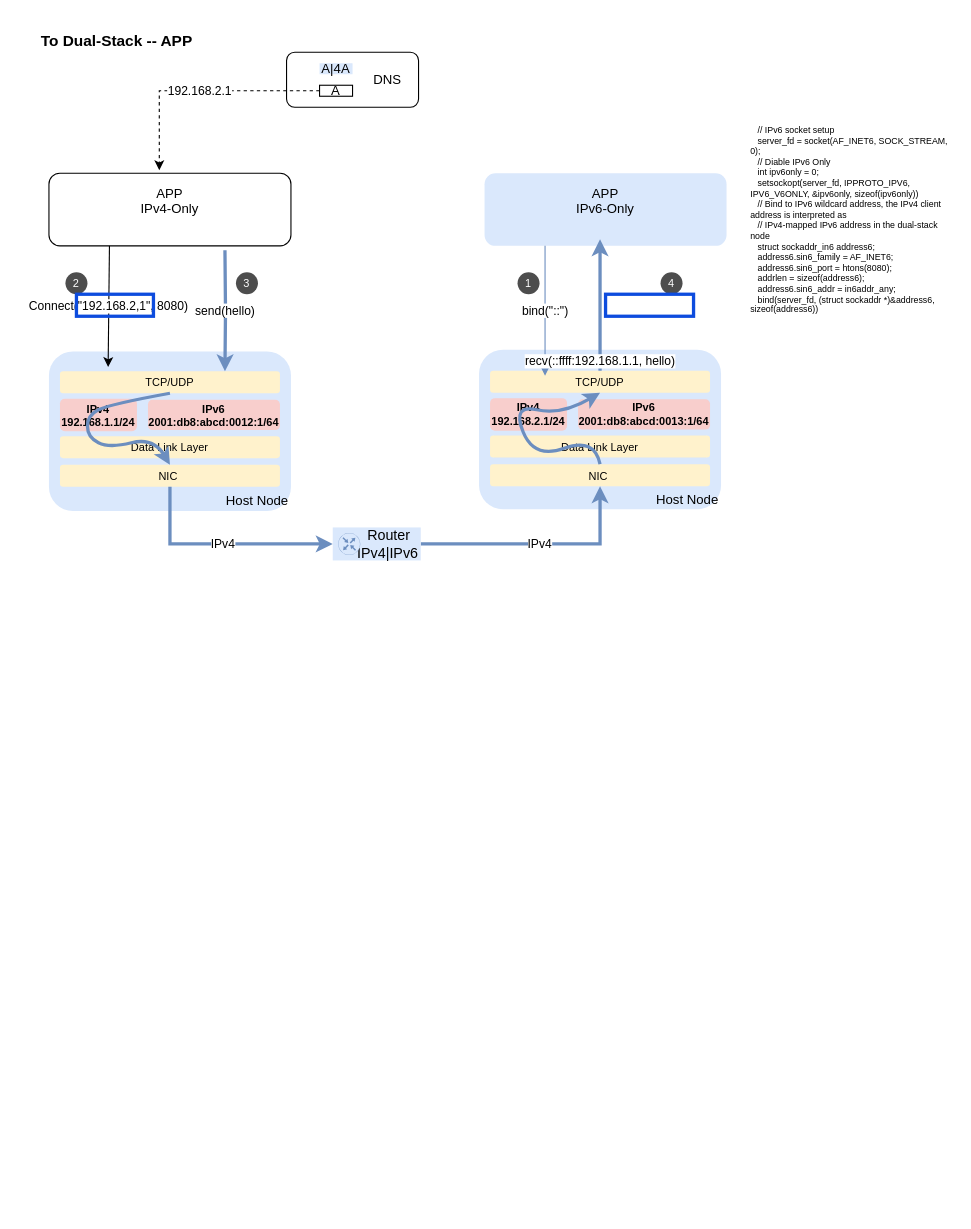
This is Dual-Stack.drawio from anorqiu9/drawio, a draw.io file, before an edit. Source tidied: cells renumbered, new cells numbered last; positions are measured from the earlier drawing's top-left corner, leaving out a move shared by most shapes. Both pictures are drawn from the tidied source at 110%, with x=0, y=0 at pixel (38, 19).
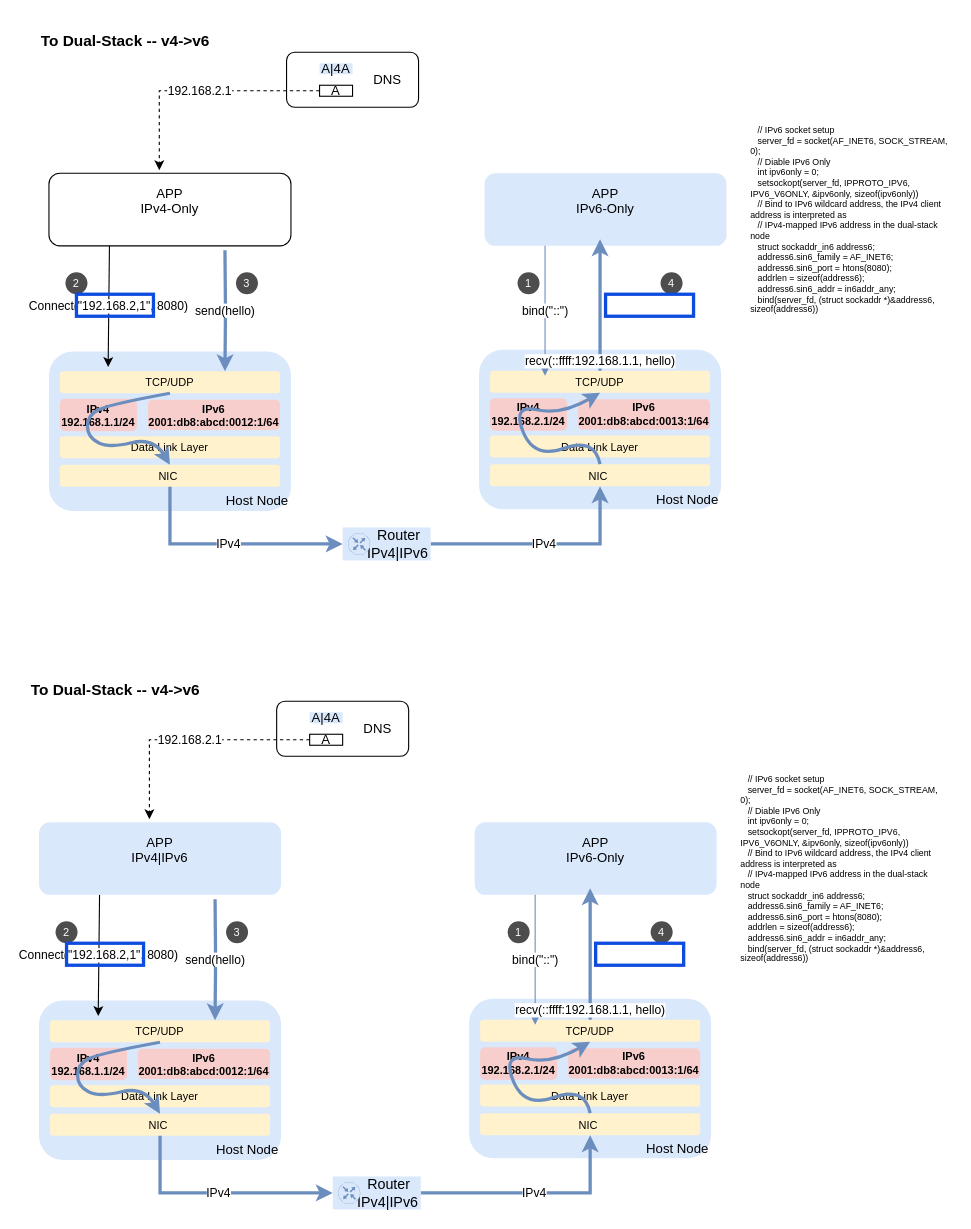
The same diagram, later.

The edit, as a diff of the source:
```diff
@@
-    <mxCell id="2" value="To Dual-Stack -- APP" style="rounded=0;whiteSpace=wrap;html=1;align=left;fontSize=14;strokeColor=none;labelBorderColor=none;fontStyle=1;fillColor=none;" parent="1" vertex="1">
+    <mxCell id="2" value="To Dual-Stack -- v4-&amp;gt;v6" style="rounded=0;whiteSpace=wrap;html=1;align=left;fontSize=14;strokeColor=none;labelBorderColor=none;fontStyle=1;fillColor=none;" parent="1" vertex="1">
       <mxGeometry width="245" height="40" as="geometry" />
     </mxCell>
@@
     <mxCell id="28" style="group;" parent="1" vertex="1">
-      <mxGeometry x="267" y="462" width="80" height="30" as="geometry" />
+      <mxGeometry x="276" y="462" width="80" height="30" as="geometry" />
     </mxCell>
@@
+    <mxCell id="42" value="To Dual-Stack -- v4-&amp;gt;v6" style="rounded=0;whiteSpace=wrap;html=1;align=left;fontSize=14;strokeColor=none;labelBorderColor=none;fontStyle=1;fillColor=none;" parent="1" vertex="1">
+      <mxGeometry x="-9" y="590" width="245" height="40" as="geometry" />
+    </mxCell>
+    <mxCell id="43" value="Host Node" style="whiteSpace=wrap;html=1;rounded=1;fillColor=#dae8fc;strokeColor=none;verticalAlign=bottom;align=right;" parent="1" vertex="1">
+      <mxGeometry y="892" width="220" height="145" as="geometry" />
+    </mxCell>
+    <mxCell id="44" style="group;" parent="1" vertex="1">
+      <mxGeometry x="10" y="910" width="210" height="120" as="geometry" />
+    </mxCell>
+    <mxCell id="45" value="&lt;div style=&quot;&quot;&gt;&lt;span style=&quot;background-color: initial;&quot;&gt;NIC&amp;nbsp;&lt;/span&gt;&lt;/div&gt;" style="rounded=1;whiteSpace=wrap;html=1;fontSize=10;strokeWidth=1;strokeColor=none;fillColor=#fff2cc;align=center;" parent="44" vertex="1">
+      <mxGeometry y="85" width="200" height="20" as="geometry" />
+    </mxCell>
+    <mxCell id="46" value="IPv6&lt;div&gt;&lt;div&gt;2001:db8:abcd:0012:1/64&lt;/div&gt;&lt;/div&gt;" style="rounded=1;whiteSpace=wrap;html=1;fontSize=10;strokeWidth=1;strokeColor=none;fillColor=#f8cecc;fontStyle=1;" parent="44" vertex="1">
+      <mxGeometry x="80" y="26" width="120" height="27.5" as="geometry" />
+    </mxCell>
+    <mxCell id="47" value="Data Link Layer" style="rounded=1;whiteSpace=wrap;html=1;fontSize=10;strokeWidth=1;strokeColor=none;fillColor=#fff2cc;align=center;" parent="44" vertex="1">
+      <mxGeometry y="59" width="200" height="20" as="geometry" />
+    </mxCell>
+    <mxCell id="48" value="IPv4&lt;div&gt;192.168.1.1/24&lt;/div&gt;" style="rounded=1;whiteSpace=wrap;html=1;fontSize=10;strokeWidth=1;strokeColor=none;fillColor=#f8cecc;fontStyle=1;" parent="44" vertex="1">
+      <mxGeometry y="25" width="70" height="29.5" as="geometry" />
+    </mxCell>
+    <mxCell id="49" value="TCP/UDP" style="rounded=1;whiteSpace=wrap;html=1;fontSize=10;strokeWidth=1;strokeColor=none;fillColor=#fff2cc;align=center;" parent="44" vertex="1">
+      <mxGeometry width="200" height="20" as="geometry" />
+    </mxCell>
+    <mxCell id="50" style="curved=1;endArrow=classic;html=1;rounded=0;strokeWidth=3;exitX=0.5;exitY=1;exitDx=0;exitDy=0;strokeColor=#6c8ebf;entryX=0.5;entryY=0;entryDx=0;entryDy=0;" parent="44" edge="1" source="49" target="45">
+      <mxGeometry relative="1" as="geometry">
+        <Array as="points">
+          <mxPoint x="45" y="30" />
+          <mxPoint x="25" y="40" />
+          <mxPoint x="25" y="60" />
+          <mxPoint x="45" y="70" />
+          <mxPoint x="85" y="60" />
+        </Array>
+      </mxGeometry>
+    </mxCell>
+    <mxCell id="51" value="Host Node" style="whiteSpace=wrap;html=1;rounded=1;fillColor=#dae8fc;strokeColor=none;verticalAlign=bottom;align=right;" parent="1" vertex="1">
+      <mxGeometry x="391" y="890.5" width="220" height="145" as="geometry" />
+    </mxCell>
+    <mxCell id="52" style="group;" parent="1" vertex="1">
+      <mxGeometry x="401" y="909.5" width="210" height="120" as="geometry" />
+    </mxCell>
+    <mxCell id="53" value="&lt;div style=&quot;&quot;&gt;&lt;span style=&quot;background-color: initial;&quot;&gt;NIC&amp;nbsp;&lt;/span&gt;&lt;/div&gt;" style="rounded=1;whiteSpace=wrap;html=1;fontSize=10;strokeWidth=1;strokeColor=none;fillColor=#fff2cc;align=center;" parent="52" vertex="1">
+      <mxGeometry y="85" width="200" height="20" as="geometry" />
+    </mxCell>
+    <mxCell id="54" value="IPv6&lt;div&gt;&lt;div&gt;2001:db8:abcd:0013:1/64&lt;/div&gt;&lt;/div&gt;" style="rounded=1;whiteSpace=wrap;html=1;fontSize=10;strokeWidth=1;strokeColor=none;fillColor=#f8cecc;fontStyle=1;" parent="52" vertex="1">
+      <mxGeometry x="80" y="26" width="120" height="27.5" as="geometry" />
+    </mxCell>
+    <mxCell id="55" value="Data Link Layer" style="rounded=1;whiteSpace=wrap;html=1;fontSize=10;strokeWidth=1;strokeColor=none;fillColor=#fff2cc;align=center;" parent="52" vertex="1">
+      <mxGeometry y="59" width="200" height="20" as="geometry" />
+    </mxCell>
+    <mxCell id="56" value="IPv4&lt;div&gt;192.168.2.1/24&lt;/div&gt;" style="rounded=1;whiteSpace=wrap;html=1;fontSize=10;strokeWidth=1;strokeColor=none;fillColor=#f8cecc;fontStyle=1;" parent="52" vertex="1">
+      <mxGeometry y="25" width="70" height="29.5" as="geometry" />
+    </mxCell>
+    <mxCell id="57" value="TCP/UDP" style="rounded=1;whiteSpace=wrap;html=1;fontSize=10;strokeWidth=1;strokeColor=none;fillColor=#fff2cc;align=center;" parent="52" vertex="1">
+      <mxGeometry width="200" height="20" as="geometry" />
+    </mxCell>
+    <mxCell id="58" style="curved=1;endArrow=classic;html=1;rounded=0;strokeWidth=3;exitX=0.5;exitY=0;exitDx=0;exitDy=0;entryX=0.5;entryY=1;entryDx=0;entryDy=0;strokeColor=#6c8ebf;" parent="52" edge="1" source="53" target="57">
+      <mxGeometry relative="1" as="geometry">
+        <Array as="points">
+          <mxPoint x="95" y="60.5" />
+          <mxPoint x="40" y="80.5" />
+          <mxPoint x="20" y="30.5" />
+          <mxPoint x="65" y="40.5" />
+        </Array>
+      </mxGeometry>
+    </mxCell>
+    <mxCell id="59" value="IPv4" style="endArrow=classic;html=1;rounded=0;exitX=1;exitY=0.5;exitDx=0;exitDy=0;fillColor=#dae8fc;strokeColor=#6c8ebf;edgeStyle=orthogonalEdgeStyle;strokeWidth=3;entryX=0.5;entryY=1;entryDx=0;entryDy=0;" parent="1" edge="1" source="69" target="53">
+      <mxGeometry relative="1" as="geometry" />
+    </mxCell>
+    <mxCell id="60" value="APP&lt;div&gt;&lt;div style=&quot;&quot;&gt;&lt;span style=&quot;background-color: initial;&quot;&gt;IPv6-Only&lt;/span&gt;&lt;/div&gt;&lt;div&gt;&lt;br&gt;&lt;/div&gt;&lt;/div&gt;" style="rounded=1;whiteSpace=wrap;html=1;fillColor=#dae8fc;strokeColor=none;align=center;verticalAlign=middle;" parent="1" vertex="1">
+      <mxGeometry x="396" y="730" width="220" height="66" as="geometry" />
+    </mxCell>
+    <mxCell id="61" value="&lt;span style=&quot;font-size: 8px;&quot; class=&quot;s1&quot;&gt;&amp;nbsp; &amp;nbsp;// IPv6 socket setup&lt;/span&gt;&lt;br&gt;&lt;span style=&quot;font-size: 8px;&quot; class=&quot;s1&quot;&gt;&lt;span style=&quot;font-size: 8px;&quot; class=&quot;Apple-converted-space&quot;&gt;&amp;nbsp;&amp;nbsp; &lt;/span&gt;server_fd = socket(AF_INET6, SOCK_STREAM, 0);&lt;/span&gt;&lt;br&gt;&lt;span style=&quot;font-size: 8px;&quot; class=&quot;s1&quot;&gt;&lt;span style=&quot;font-size: 8px;&quot; class=&quot;Apple-converted-space&quot;&gt;&amp;nbsp;&amp;nbsp; &lt;/span&gt;// Diable IPv6 Only&lt;/span&gt;&lt;br&gt;&lt;span style=&quot;font-size: 8px;&quot; class=&quot;s1&quot;&gt;&lt;span style=&quot;font-size: 8px;&quot; class=&quot;Apple-converted-space&quot;&gt;&amp;nbsp;&amp;nbsp; &lt;/span&gt;int ipv6only = 0;&lt;/span&gt;&lt;br&gt;&lt;span style=&quot;font-size: 8px;&quot; class=&quot;s1&quot;&gt;&lt;span style=&quot;font-size: 8px;&quot; class=&quot;Apple-converted-space&quot;&gt;&amp;nbsp;&amp;nbsp; &lt;/span&gt;setsockopt(server_fd, IPPROTO_IPV6, IPV6_V6ONLY, &amp;amp;ipv6only, sizeof(ipv6only))&lt;/span&gt;&lt;br&gt;&lt;span style=&quot;font-size: 8px;&quot; class=&quot;s1&quot;&gt;&lt;span style=&quot;font-size: 8px;&quot; class=&quot;Apple-converted-space&quot;&gt;&amp;nbsp;&amp;nbsp; &lt;/span&gt;// Bind to IPv6 wildcard address, the IPv4 client address is interpreted as &lt;span style=&quot;font-size: 8px;&quot; class=&quot;Apple-converted-space&quot;&gt;&amp;nbsp;&lt;/span&gt;&lt;/span&gt;&lt;br&gt;&lt;span style=&quot;font-size: 8px;&quot; class=&quot;s1&quot;&gt;&lt;span style=&quot;font-size: 8px;&quot; class=&quot;Apple-converted-space&quot;&gt;&amp;nbsp;&amp;nbsp; &lt;/span&gt;// IPv4-mapped IPv6 address in the dual-stack node&lt;/span&gt;&lt;br&gt;&lt;span style=&quot;font-size: 8px;&quot; class=&quot;s1&quot;&gt;&lt;span style=&quot;font-size: 8px;&quot; class=&quot;Apple-converted-space&quot;&gt;&amp;nbsp;&amp;nbsp; &lt;/span&gt;struct sockaddr_in6 address6;&lt;/span&gt;&lt;br&gt;&lt;span style=&quot;font-size: 8px;&quot; class=&quot;s1&quot;&gt;&lt;span style=&quot;font-size: 8px;&quot; class=&quot;Apple-converted-space&quot;&gt;&amp;nbsp;&amp;nbsp; &lt;/span&gt;address6.sin6_family = AF_INET6;&lt;/span&gt;&lt;br&gt;&lt;span style=&quot;font-size: 8px;&quot; class=&quot;s1&quot;&gt;&lt;span style=&quot;font-size: 8px;&quot; class=&quot;Apple-converted-space&quot;&gt;&amp;nbsp;&amp;nbsp; &lt;/span&gt;address6.sin6_port = htons(8080);&lt;/span&gt;&lt;br&gt;&lt;span style=&quot;font-size: 8px;&quot; class=&quot;s1&quot;&gt;&lt;span style=&quot;font-size: 8px;&quot; class=&quot;Apple-converted-space&quot;&gt;&amp;nbsp;&amp;nbsp; &lt;/span&gt;addrlen = sizeof(address6);&lt;/span&gt;&lt;br&gt;&lt;span style=&quot;font-size: 8px;&quot; class=&quot;s1&quot;&gt;&lt;span style=&quot;font-size: 8px;&quot; class=&quot;Apple-converted-space&quot;&gt;&amp;nbsp;&amp;nbsp; &lt;/span&gt;address6.sin6_addr = in6addr_any;&lt;/span&gt;&lt;br&gt;&lt;span style=&quot;font-size: 8px;&quot; class=&quot;s1&quot;&gt;&lt;span style=&quot;font-size: 8px;&quot; class=&quot;Apple-converted-space&quot;&gt;&amp;nbsp;&amp;nbsp; &lt;/span&gt;bind(server_fd, (struct sockaddr *)&amp;amp;address6, sizeof(address6))&lt;/span&gt;&lt;br&gt;&lt;p style=&quot;font-size: 8px;&quot; class=&quot;p2&quot;&gt;&lt;span style=&quot;font-size: 8px;&quot; class=&quot;s1&quot;&gt;&lt;span style=&quot;font-size: 8px;&quot; class=&quot;Apple-converted-space&quot;&gt;&amp;nbsp;&amp;nbsp; &amp;nbsp;&lt;/span&gt;&lt;/span&gt;&lt;/p&gt;" style="text;whiteSpace=wrap;html=1;fontSize=8;" parent="1" vertex="1">
+      <mxGeometry x="636" y="680" width="185" height="200" as="geometry" />
+    </mxCell>
+    <mxCell id="62" value="bind(&quot;::&quot;)" style="endArrow=classic;html=1;rounded=0;exitX=0.25;exitY=1;exitDx=0;exitDy=0;fillColor=#dae8fc;strokeColor=#6c8ebf;edgeStyle=orthogonalEdgeStyle;strokeWidth=1;" parent="1" edge="1" source="60">
+      <mxGeometry relative="1" as="geometry">
+        <mxPoint x="451" y="914" as="targetPoint" />
+      </mxGeometry>
+    </mxCell>
+    <mxCell id="63" value="recv(::ffff:192.168.1.1, hello)" style="endArrow=classic;html=1;rounded=0;exitX=0.5;exitY=0;exitDx=0;exitDy=0;fillColor=#dae8fc;strokeColor=#6c8ebf;edgeStyle=orthogonalEdgeStyle;strokeWidth=3;" parent="1" edge="1" source="57">
+      <mxGeometry x="-0.01" y="-50" relative="1" as="geometry">
+        <mxPoint x="501" y="790" as="targetPoint" />
+        <mxPoint y="1" as="offset" />
+      </mxGeometry>
+    </mxCell>
+    <mxCell id="64" value="Connect(&quot;192.168.2,1&quot;, 8080)" style="endArrow=classic;html=1;rounded=0;exitX=0.25;exitY=1;exitDx=0;exitDy=0;entryX=0.219;entryY=-0.189;entryDx=0;entryDy=0;entryPerimeter=0;" parent="1" edge="1" source="65" target="49">
+      <mxGeometry relative="1" as="geometry" />
+    </mxCell>
+    <mxCell id="65" value="APP&lt;div&gt;&lt;div style=&quot;&quot;&gt;&lt;span style=&quot;background-color: initial;&quot;&gt;IPv4|IPv6&lt;/span&gt;&lt;/div&gt;&lt;div&gt;&lt;br&gt;&lt;/div&gt;&lt;/div&gt;" style="rounded=1;whiteSpace=wrap;html=1;align=center;verticalAlign=middle;fillColor=#dae8fc;strokeColor=none;" parent="1" vertex="1">
+      <mxGeometry y="730" width="220" height="66" as="geometry" />
+    </mxCell>
+    <mxCell id="66" value="send(hello)" style="endArrow=classic;html=1;rounded=0;fillColor=#dae8fc;strokeColor=#6c8ebf;edgeStyle=orthogonalEdgeStyle;strokeWidth=3;entryX=0.75;entryY=0;entryDx=0;entryDy=0;" parent="1" edge="1" target="49">
+      <mxGeometry relative="1" as="geometry">
+        <mxPoint x="160" y="800" as="sourcePoint" />
+      </mxGeometry>
+    </mxCell>
+    <mxCell id="67" value="IPv4" style="endArrow=classic;html=1;rounded=0;exitX=0.5;exitY=1;exitDx=0;exitDy=0;fillColor=#dae8fc;strokeColor=#6c8ebf;edgeStyle=orthogonalEdgeStyle;strokeWidth=3;entryX=0;entryY=0.5;entryDx=0;entryDy=0;" parent="1" edge="1" source="45" target="69">
+      <mxGeometry relative="1" as="geometry" />
+    </mxCell>
+    <mxCell id="68" style="group;" parent="1" vertex="1">
+      <mxGeometry x="267" y="1052" width="80" height="30" as="geometry" />
+    </mxCell>
+    <mxCell id="69" value="Router&amp;nbsp;&amp;nbsp;&lt;div style=&quot;font-size: 13px;&quot;&gt;IPv4|IPv6&lt;/div&gt;" style="rounded=0;whiteSpace=wrap;html=1;fontSize=13;verticalAlign=middle;align=right;fillColor=#dae8fc;strokeColor=none;" parent="68" vertex="1">
+      <mxGeometry width="80" height="30" as="geometry" />
+    </mxCell>
+    <mxCell id="70" style="sketch=0;verticalLabelPosition=bottom;html=1;verticalAlign=top;align=center;shape=mxgraph.cisco19.rect;prIcon=router;fillColor=#dae8fc;strokeColor=#6c8ebf;" parent="68" vertex="1">
+      <mxGeometry x="5" y="5" width="20" height="20" as="geometry" />
+    </mxCell>
+    <mxCell id="71" style="group;" parent="1" vertex="1">
+      <mxGeometry x="216" y="620" width="120" height="50" as="geometry" />
+    </mxCell>
+    <mxCell id="72" value="DNS&amp;nbsp; &amp;nbsp;&amp;nbsp;" style="rounded=1;whiteSpace=wrap;html=1;align=right;verticalAlign=middle;" parent="71" vertex="1">
+      <mxGeometry width="120" height="50" as="geometry" />
+    </mxCell>
+    <mxCell id="73" value="A|4A" style="rounded=0;whiteSpace=wrap;html=1;fillColor=#dae8fc;strokeColor=none;" parent="71" vertex="1">
+      <mxGeometry x="30" y="10" width="30" height="10" as="geometry" />
+    </mxCell>
+    <mxCell id="74" value="A" style="rounded=0;whiteSpace=wrap;html=1;" parent="71" vertex="1">
+      <mxGeometry x="30" y="30" width="30" height="10" as="geometry" />
+    </mxCell>
+    <mxCell id="75" value="1" style="ellipse;whiteSpace=wrap;html=1;fontSize=10;strokeColor=none;fillColor=#4D4D4D;fontColor=#FFFFFF;" parent="1" vertex="1">
+      <mxGeometry x="426" y="820" width="20" height="20" as="geometry" />
+    </mxCell>
+    <mxCell id="76" value="4" style="ellipse;whiteSpace=wrap;html=1;fontSize=10;strokeColor=none;fillColor=#4D4D4D;fontColor=#FFFFFF;" parent="1" vertex="1">
+      <mxGeometry x="556" y="820" width="20" height="20" as="geometry" />
+    </mxCell>
+    <mxCell id="77" value="3" style="ellipse;whiteSpace=wrap;html=1;fontSize=10;strokeColor=none;fillColor=#4D4D4D;fontColor=#FFFFFF;" parent="1" vertex="1">
+      <mxGeometry x="170" y="820" width="20" height="20" as="geometry" />
+    </mxCell>
+    <mxCell id="78" value="2" style="ellipse;whiteSpace=wrap;html=1;fontSize=10;strokeColor=none;fillColor=#4D4D4D;fontColor=#FFFFFF;" parent="1" vertex="1">
+      <mxGeometry x="15" y="820" width="20" height="20" as="geometry" />
+    </mxCell>
+    <mxCell id="79" value="192.168.2.1" style="endArrow=classic;html=1;rounded=0;exitX=0;exitY=0.5;exitDx=0;exitDy=0;dashed=1;edgeStyle=orthogonalEdgeStyle;entryX=0.456;entryY=-0.041;entryDx=0;entryDy=0;entryPerimeter=0;" parent="1" edge="1" source="74" target="65">
+      <mxGeometry relative="1" as="geometry" />
+    </mxCell>
+    <mxCell id="80" style="rounded=0;whiteSpace=wrap;html=1;gradientColor=default;fillColor=none;strokeColor=#0d4cde;strokeWidth=3;" parent="1" vertex="1">
+      <mxGeometry x="25" y="840" width="70" height="20" as="geometry" />
+    </mxCell>
+    <mxCell id="81" style="rounded=0;whiteSpace=wrap;html=1;gradientColor=default;fillColor=none;strokeColor=#0d4cde;strokeWidth=3;" parent="1" vertex="1">
+      <mxGeometry x="506" y="840" width="80" height="20" as="geometry" />
+    </mxCell>
```
